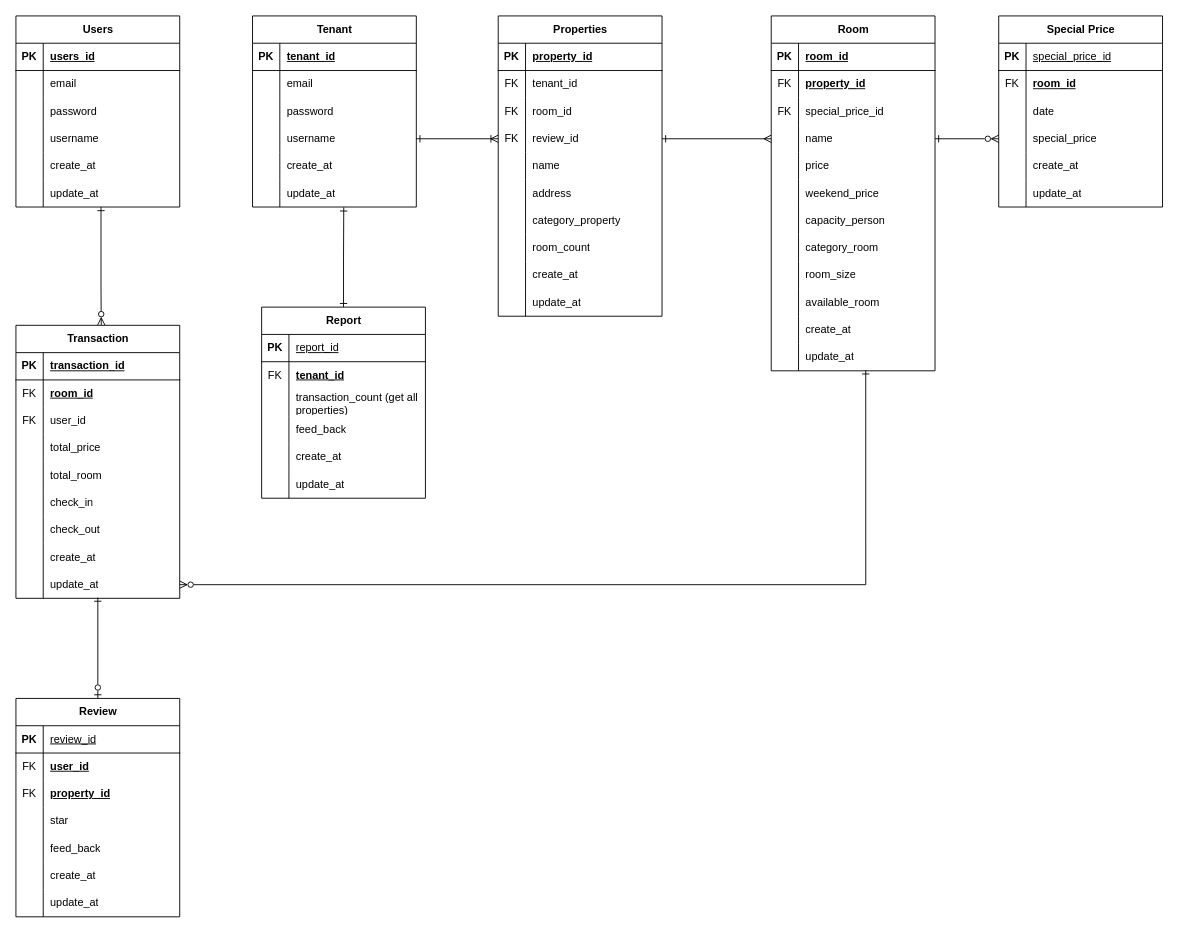
This is FP.drawio from Haresz/BOOKSELF, a draw.io file, before an edit. Source tidied: cells renumbered, new cells numbered last; positions are measured from the earlier drawing's top-left corner, leaving out a move shared by most shapes. Both pictures are drawn from the tidied source at 91%, with x=0, y=0 at pixel (15, 15).
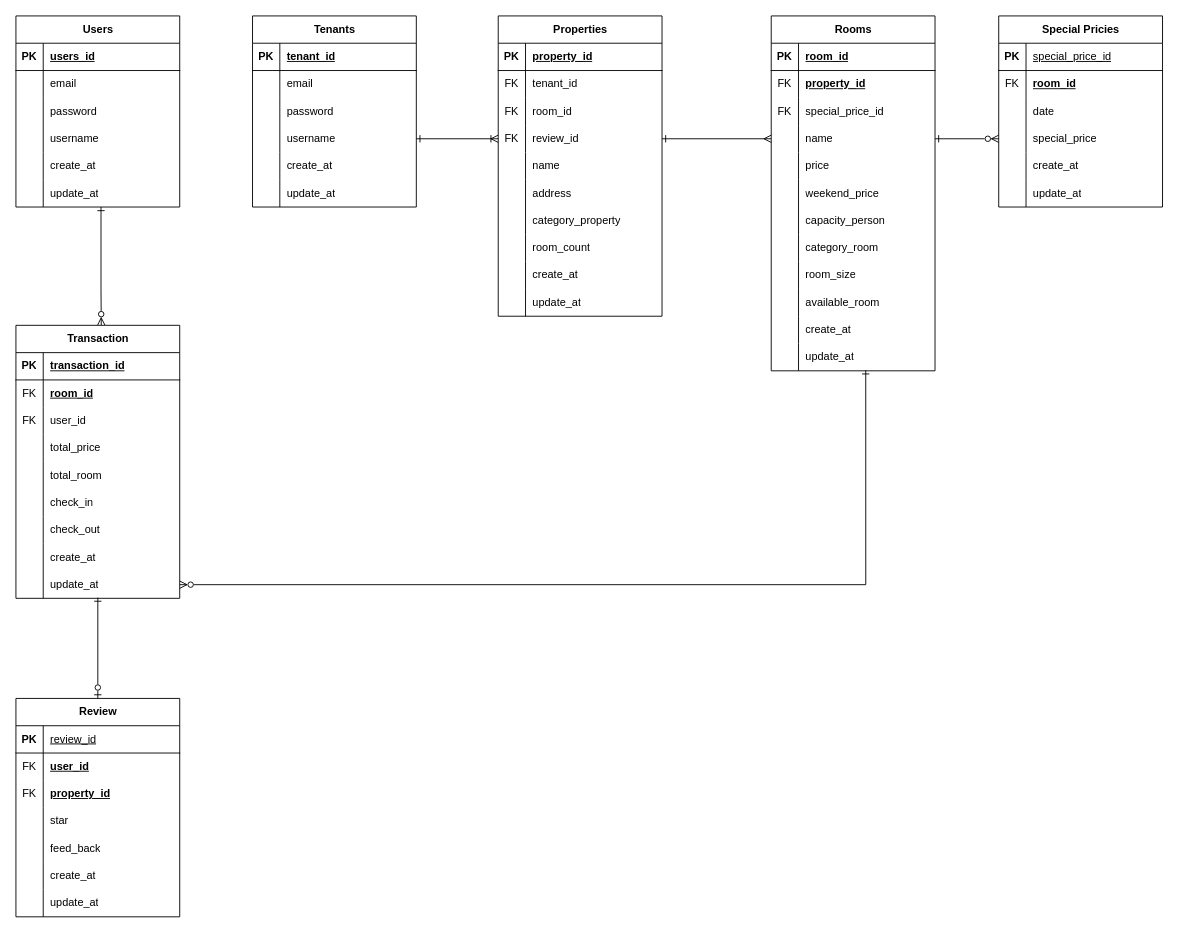
The same diagram, later.

Unchanged cells that the change refers to:
```xml
<mxCell id="199" style="shape=tableRow;horizontal=0;startSize=0;swimlaneHead=0;swimlaneBody=0;fillColor=none;points=[[0,0.5],[1,0.5]];portConstraint=eastwest;top=0;left=0;right=0;bottom=0;" parent="183" vertex="1">
  <mxGeometry y="180" width="180" height="30" as="geometry" />
</mxCell>
```

Change to the diagram source:
```diff
@@
-    <mxCell id="52" value="Room" style="shape=table;startSize=30;childLayout=tableLayout;rowLines=0;fontStyle=1;align=center;html=1;" parent="1" vertex="1">
+    <mxCell id="52" value="Rooms" style="shape=table;startSize=30;childLayout=tableLayout;rowLines=0;fontStyle=1;align=center;html=1;" parent="1" vertex="1">
       <mxGeometry x="830" width="180" height="390" as="geometry" />
     </mxCell>
@@
-    <mxCell id="139" value="Special Price" style="shape=table;startSize=30;childLayout=tableLayout;rowLines=0;fontStyle=1;align=center;html=1;" parent="1" vertex="1">
+    <mxCell id="139" value="Special Pricies" style="shape=table;startSize=30;childLayout=tableLayout;rowLines=0;fontStyle=1;align=center;html=1;" parent="1" vertex="1">
       <mxGeometry x="1080" width="180" height="210" as="geometry" />
     </mxCell>
@@
-    <mxCell id="158" value="Report" style="shape=table;startSize=30;childLayout=tableLayout;rowLines=0;fontStyle=1;align=center;html=1;" parent="1" vertex="1">
-      <mxGeometry x="270" y="320" width="180" height="210" as="geometry" />
-    </mxCell>
-    <mxCell id="159" style="shape=tableRow;horizontal=0;startSize=0;swimlaneHead=0;swimlaneBody=0;fillColor=none;top=0;left=0;right=0;bottom=1;" parent="158" vertex="1">
-      <mxGeometry y="30" width="180" height="30" as="geometry" />
-    </mxCell>
-    <mxCell id="160" value="PK" style="shape=partialRectangle;fillColor=none;top=0;left=0;bottom=0;right=0;fontStyle=1;overflow=hidden;whiteSpace=wrap;html=1;" parent="159" vertex="1">
-      <mxGeometry width="30" height="30" as="geometry" />
-    </mxCell>
-    <mxCell id="161" value="&lt;span style=&quot;font-weight: 400;&quot;&gt;report_id&lt;/span&gt;" style="shape=partialRectangle;fillColor=none;top=0;left=0;bottom=0;right=0;align=left;spacingLeft=6;fontStyle=5;overflow=hidden;whiteSpace=wrap;html=1;" parent="159" vertex="1">
-      <mxGeometry x="30" width="150" height="30" as="geometry" />
-    </mxCell>
-    <mxCell id="162" style="shape=tableRow;horizontal=0;startSize=0;swimlaneHead=0;swimlaneBody=0;fillColor=none;top=0;left=0;right=0;bottom=0;" parent="158" vertex="1">
-      <mxGeometry y="60" width="180" height="30" as="geometry" />
-    </mxCell>
-    <mxCell id="163" value="FK" style="shape=partialRectangle;fillColor=none;top=0;left=0;bottom=0;right=0;overflow=hidden;whiteSpace=wrap;html=1;" parent="162" vertex="1">
-      <mxGeometry width="30" height="30" as="geometry" />
-    </mxCell>
-    <mxCell id="164" value="&lt;b&gt;&lt;u&gt;tenant_id&lt;/u&gt;&lt;/b&gt;" style="shape=partialRectangle;fillColor=none;top=0;left=0;bottom=0;right=0;align=left;spacingLeft=6;overflow=hidden;whiteSpace=wrap;html=1;" parent="162" vertex="1">
-      <mxGeometry x="30" width="150" height="30" as="geometry" />
-    </mxCell>
-    <mxCell id="165" style="shape=tableRow;horizontal=0;startSize=0;swimlaneHead=0;swimlaneBody=0;fillColor=none;top=0;left=0;right=0;bottom=0;" parent="158" vertex="1">
-      <mxGeometry y="90" width="180" height="30" as="geometry" />
-    </mxCell>
-    <mxCell id="166" style="shape=partialRectangle;fillColor=none;top=0;left=0;bottom=0;right=0;overflow=hidden;whiteSpace=wrap;html=1;" parent="165" vertex="1">
-      <mxGeometry width="30" height="30" as="geometry" />
-    </mxCell>
-    <mxCell id="167" value="transaction_count (get all properties)" style="shape=partialRectangle;fillColor=none;top=0;left=0;bottom=0;right=0;align=left;spacingLeft=6;overflow=hidden;whiteSpace=wrap;html=1;" parent="165" vertex="1">
-      <mxGeometry x="30" width="150" height="30" as="geometry" />
-    </mxCell>
-    <mxCell id="168" style="shape=tableRow;horizontal=0;startSize=0;swimlaneHead=0;swimlaneBody=0;fillColor=none;top=0;left=0;right=0;bottom=0;" parent="158" vertex="1">
-      <mxGeometry y="120" width="180" height="30" as="geometry" />
-    </mxCell>
-    <mxCell id="169" style="shape=partialRectangle;fillColor=none;top=0;left=0;bottom=0;right=0;overflow=hidden;whiteSpace=wrap;html=1;" parent="168" vertex="1">
-      <mxGeometry width="30" height="30" as="geometry" />
-    </mxCell>
-    <mxCell id="170" value="feed_back" style="shape=partialRectangle;fillColor=none;top=0;left=0;bottom=0;right=0;align=left;spacingLeft=6;overflow=hidden;whiteSpace=wrap;html=1;" parent="168" vertex="1">
-      <mxGeometry x="30" width="150" height="30" as="geometry" />
-    </mxCell>
-    <mxCell id="171" style="shape=tableRow;horizontal=0;startSize=0;swimlaneHead=0;swimlaneBody=0;fillColor=none;top=0;left=0;right=0;bottom=0;" parent="158" vertex="1">
-      <mxGeometry y="150" width="180" height="30" as="geometry" />
-    </mxCell>
-    <mxCell id="172" style="shape=partialRectangle;fillColor=none;top=0;left=0;bottom=0;right=0;overflow=hidden;whiteSpace=wrap;html=1;" parent="171" vertex="1">
-      <mxGeometry width="30" height="30" as="geometry" />
-    </mxCell>
-    <mxCell id="173" value="create_at" style="shape=partialRectangle;fillColor=none;top=0;left=0;bottom=0;right=0;align=left;spacingLeft=6;overflow=hidden;whiteSpace=wrap;html=1;" parent="171" vertex="1">
-      <mxGeometry x="30" width="150" height="30" as="geometry" />
-    </mxCell>
-    <mxCell id="174" style="shape=tableRow;horizontal=0;startSize=0;swimlaneHead=0;swimlaneBody=0;fillColor=none;top=0;left=0;right=0;bottom=0;" parent="158" vertex="1">
-      <mxGeometry y="180" width="180" height="30" as="geometry" />
-    </mxCell>
-    <mxCell id="175" style="shape=partialRectangle;fillColor=none;top=0;left=0;bottom=0;right=0;overflow=hidden;whiteSpace=wrap;html=1;" parent="174" vertex="1">
-      <mxGeometry width="30" height="30" as="geometry" />
-    </mxCell>
-    <mxCell id="176" value="update_at" style="shape=partialRectangle;fillColor=none;top=0;left=0;bottom=0;right=0;align=left;spacingLeft=6;overflow=hidden;whiteSpace=wrap;html=1;" parent="174" vertex="1">
-      <mxGeometry x="30" width="150" height="30" as="geometry" />
-    </mxCell>
@@
-    <mxCell id="181" style="edgeStyle=orthogonalEdgeStyle;rounded=0;jettySize=auto;html=1;entryX=0.557;entryY=1.013;entryDx=0;entryDy=0;entryPerimeter=0;startArrow=ERone;startFill=0;endArrow=ERone;endFill=0;" parent="1" edge="1" source="158" target="199">
-      <mxGeometry relative="1" as="geometry" />
-    </mxCell>
@@
-    <mxCell id="183" value="Tenant" style="shape=table;startSize=30;childLayout=tableLayout;rowLines=0;fontStyle=1;align=center;html=1;" parent="1" vertex="1">
+    <mxCell id="183" value="Tenants" style="shape=table;startSize=30;childLayout=tableLayout;rowLines=0;fontStyle=1;align=center;html=1;" parent="1" vertex="1">
       <mxGeometry x="260" width="180" height="210" as="geometry" />
     </mxCell>
```
